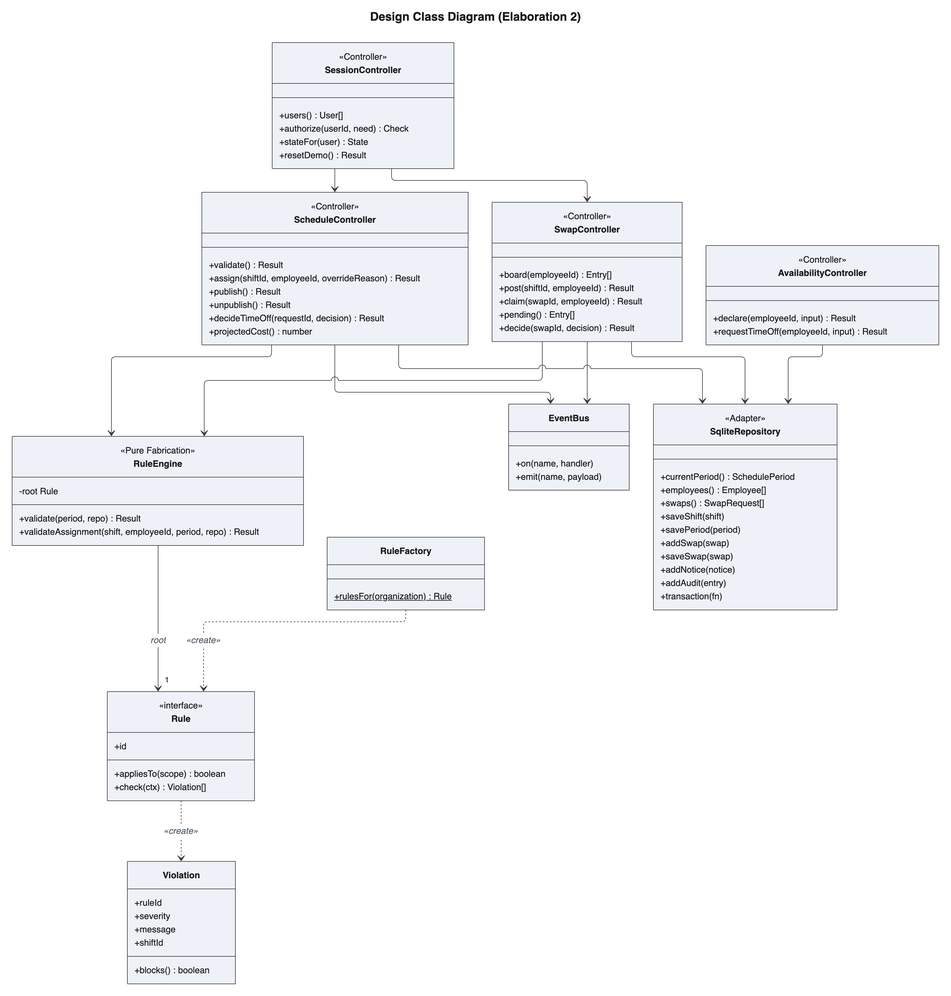
Above: diagrams/images/design/classdiagram.png in perfettiful/ShiftChex (Mermaid), before the change. Its source is kept beside it as diagrams/mmd/design/classdiagram.mmd. Source of this version:
```mermaid
---
title: Design Class Diagram (Elaboration 2)
config:
  layout: elk
---
classDiagram
    direction TB
    class ScheduleController {
        <<Controller>>
        +validate() Result
        +assign(shiftId, employeeId, overrideReason) Result
        +publish() Result
        +unpublish() Result
        +decideTimeOff(requestId, decision) Result
        +projectedCost() number
    }
    class SwapController {
        <<Controller>>
        +board(employeeId) Entry[]
        +post(shiftId, employeeId) Result
        +claim(swapId, employeeId) Result
        +pending() Entry[]
        +decide(swapId, decision) Result
    }
    class AvailabilityController {
        <<Controller>>
        +declare(employeeId, input) Result
        +requestTimeOff(employeeId, input) Result
    }
    class SessionController {
        <<Controller>>
        +users() User[]
        +authorize(userId, need) Check
        +stateFor(user) State
        +resetDemo() Result
    }
    class RuleEngine {
        <<Pure Fabrication>>
        -root Rule
        +validate(period, repo) Result
        +validateAssignment(shift, employeeId, period, repo) Result
    }
    class RuleFactory {
        +rulesFor(organization)$ Rule
    }
    class Rule {
        <<interface>>
        +id
        +appliesTo(scope) boolean
        +check(ctx) Violation[]
    }
    class EventBus {
        +on(name, handler)
        +emit(name, payload)
    }
    class SqliteRepository {
        <<Adapter>>
        +currentPeriod() SchedulePeriod
        +employees() Employee[]
        +swaps() SwapRequest[]
        +saveShift(shift)
        +savePeriod(period)
        +addSwap(swap)
        +saveSwap(swap)
        +addNotice(notice)
        +addAudit(entry)
        +transaction(fn)
    }
    class Violation {
        +ruleId
        +severity
        +message
        +shiftId
        +blocks() boolean
    }

    SessionController --> ScheduleController
    SessionController --> SwapController
    ScheduleController --> RuleEngine
    SwapController --> RuleEngine
    ScheduleController --> EventBus
    SwapController --> EventBus
    ScheduleController --> SqliteRepository
    SwapController --> SqliteRepository
    AvailabilityController --> SqliteRepository
    RuleEngine --> "1" Rule : root
    RuleFactory ..> Rule : «create»
    Rule ..> Violation : «create»
```
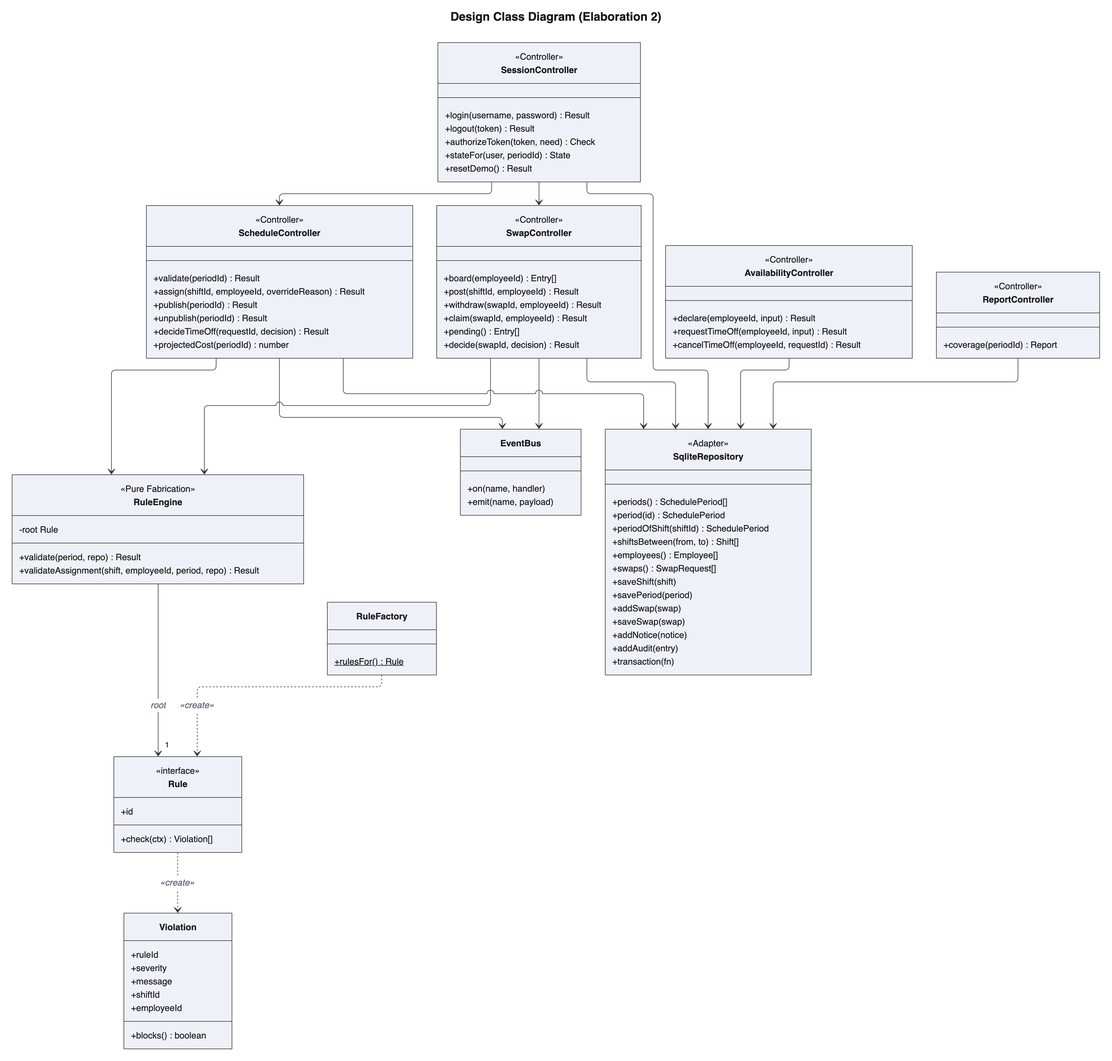
The same file after the commit.

The edit, as a diff of the source:
```diff
@@ -7,17 +7,18 @@
     direction TB
     class ScheduleController {
         <<Controller>>
-        +validate() Result
+        +validate(periodId) Result
         +assign(shiftId, employeeId, overrideReason) Result
-        +publish() Result
-        +unpublish() Result
+        +publish(periodId) Result
+        +unpublish(periodId) Result
         +decideTimeOff(requestId, decision) Result
-        +projectedCost() number
+        +projectedCost(periodId) number
     }
     class SwapController {
         <<Controller>>
         +board(employeeId) Entry[]
         +post(shiftId, employeeId) Result
+        +withdraw(swapId, employeeId) Result
         +claim(swapId, employeeId) Result
         +pending() Entry[]
         +decide(swapId, decision) Result
@@ -26,12 +27,18 @@
         <<Controller>>
         +declare(employeeId, input) Result
         +requestTimeOff(employeeId, input) Result
+        +cancelTimeOff(employeeId, requestId) Result
+    }
+    class ReportController {
+        <<Controller>>
+        +coverage(periodId) Report
     }
     class SessionController {
         <<Controller>>
-        +users() User[]
-        +authorize(userId, need) Check
-        +stateFor(user) State
+        +login(username, password) Result
+        +logout(token) Result
+        +authorizeToken(token, need) Check
+        +stateFor(user, periodId) State
         +resetDemo() Result
     }
     class RuleEngine {
@@ -41,12 +48,11 @@
         +validateAssignment(shift, employeeId, period, repo) Result
     }
     class RuleFactory {
-        +rulesFor(organization)$ Rule
+        +rulesFor()$ Rule
     }
     class Rule {
         <<interface>>
         +id
-        +appliesTo(scope) boolean
         +check(ctx) Violation[]
     }
     class EventBus {
@@ -55,7 +61,10 @@
     }
     class SqliteRepository {
         <<Adapter>>
-        +currentPeriod() SchedulePeriod
+        +periods() SchedulePeriod[]
+        +period(id) SchedulePeriod
+        +periodOfShift(shiftId) SchedulePeriod
+        +shiftsBetween(from, to) Shift[]
         +employees() Employee[]
         +swaps() SwapRequest[]
         +saveShift(shift)
@@ -71,11 +80,13 @@
         +severity
         +message
         +shiftId
+        +employeeId
         +blocks() boolean
     }
 
     SessionController --> ScheduleController
     SessionController --> SwapController
+    SessionController --> SqliteRepository
     ScheduleController --> RuleEngine
     SwapController --> RuleEngine
     ScheduleController --> EventBus
@@ -83,6 +94,7 @@
     ScheduleController --> SqliteRepository
     SwapController --> SqliteRepository
     AvailabilityController --> SqliteRepository
+    ReportController --> SqliteRepository
     RuleEngine --> "1" Rule : root
     RuleFactory ..> Rule : «create»
     Rule ..> Violation : «create»
```
